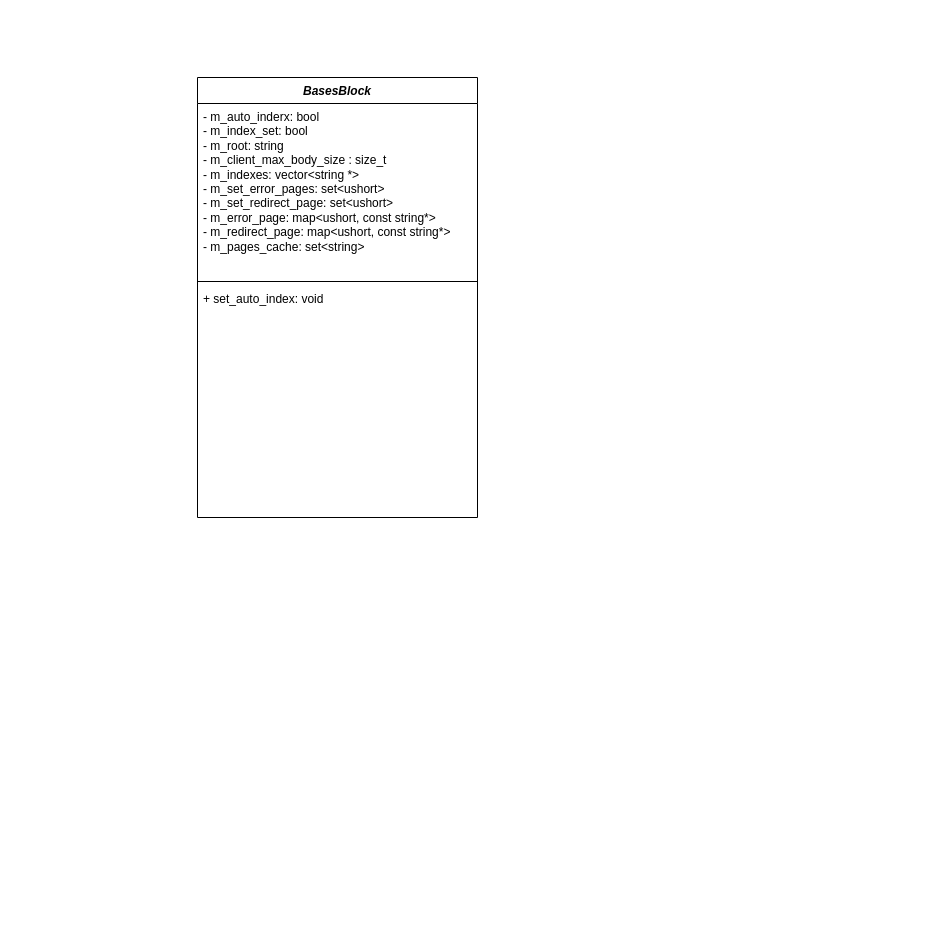
This is References/webserv.drawio from Abusalah0/webserv_42, a draw.io file, before an edit. Source tidied: cells renumbered, new cells numbered last; positions are measured from the earlier drawing's top-left corner, leaving out a move shared by most shapes. Both pictures are drawn from the tidied source at 100%, with x=0, y=0 at pixel (197, 77).
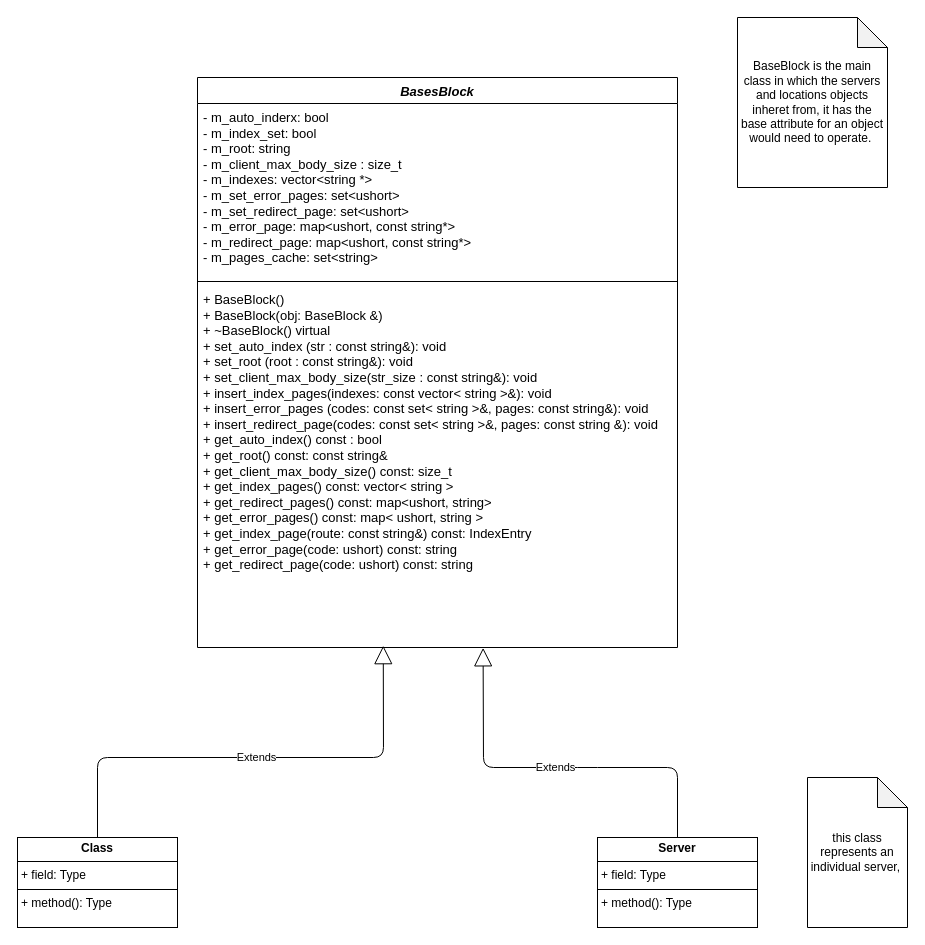
The same diagram, later.

Commit message (it also covers changes not shown here):
basic diagrams

The edit, as a diff of the source:
```diff
@@
 <mxGraphModel>
   <root>
     <mxCell id="0" />
     <mxCell id="1" parent="0" />
-    <mxCell id="2" value="&lt;i&gt;BasesBlock&lt;/i&gt;" style="swimlane;fontStyle=1;align=center;verticalAlign=top;horizontal=1;startSize=26;whiteSpace=wrap;html=1;" parent="1" vertex="1">
-      <mxGeometry width="280" height="440" as="geometry" />
+    <mxCell id="2" value="&lt;i&gt;BasesBlock&lt;/i&gt;" style="swimlane;fontStyle=1;align=center;verticalAlign=top;horizontal=1;startSize=26;whiteSpace=wrap;html=1;fontSize=13;" parent="1" vertex="1">
+      <mxGeometry width="480" height="570" as="geometry" />
     </mxCell>
-    <mxCell id="3" value="- m_auto_inderx: bool&lt;div&gt;- m_index_set: bool&lt;/div&gt;&lt;div&gt;- m_root: string&lt;/div&gt;&lt;div&gt;- m_client_max_body_size : size_t&lt;/div&gt;&lt;div&gt;- m_indexes: vector&amp;lt;string *&amp;gt;&lt;/div&gt;&lt;div&gt;- m_set_error_pages: set&amp;lt;ushort&amp;gt;&lt;/div&gt;&lt;div&gt;- m_set_redirect_page: set&amp;lt;ushort&amp;gt;&lt;/div&gt;&lt;div&gt;- m_error_page: map&amp;lt;ushort, const string*&amp;gt;&lt;/div&gt;&lt;div&gt;- m_redirect_page: map&amp;lt;ushort, const string*&amp;gt;&lt;/div&gt;&lt;div&gt;- m_pages_cache: set&amp;lt;string&amp;gt;&lt;/div&gt;" style="text;strokeColor=none;fillColor=none;align=left;verticalAlign=top;spacingLeft=4;spacingRight=4;overflow=hidden;whiteSpace=wrap;html=1;" parent="2" vertex="1">
-      <mxGeometry y="26" width="280" height="174" as="geometry" />
+    <mxCell id="3" value="- m_auto_inderx: bool&lt;div&gt;- m_index_set: bool&lt;/div&gt;&lt;div&gt;- m_root: string&lt;/div&gt;&lt;div&gt;- m_client_max_body_size : size_t&lt;/div&gt;&lt;div&gt;- m_indexes: vector&amp;lt;string *&amp;gt;&lt;/div&gt;&lt;div&gt;- m_set_error_pages: set&amp;lt;ushort&amp;gt;&lt;/div&gt;&lt;div&gt;- m_set_redirect_page: set&amp;lt;ushort&amp;gt;&lt;/div&gt;&lt;div&gt;- m_error_page: map&amp;lt;ushort, const string*&amp;gt;&lt;/div&gt;&lt;div&gt;- m_redirect_page: map&amp;lt;ushort, const string*&amp;gt;&lt;/div&gt;&lt;div&gt;- m_pages_cache: set&amp;lt;string&amp;gt;&lt;/div&gt;" style="text;strokeColor=none;fillColor=none;align=left;verticalAlign=top;spacingLeft=4;spacingRight=4;overflow=hidden;whiteSpace=wrap;html=1;fontSize=13;" parent="2" vertex="1">
+      <mxGeometry y="26" width="480" height="174" as="geometry" />
     </mxCell>
-    <mxCell id="4" style="line;strokeWidth=1;fillColor=none;align=left;verticalAlign=middle;spacingTop=-1;spacingLeft=3;spacingRight=3;labelPosition=right;strokeColor=inherit;" parent="2" vertex="1">
-      <mxGeometry y="200" width="280" height="8" as="geometry" />
+    <mxCell id="4" style="line;strokeWidth=1;fillColor=none;align=left;verticalAlign=middle;spacingTop=-1;spacingLeft=3;spacingRight=3;labelPosition=right;strokeColor=inherit;fontSize=13;" parent="2" vertex="1">
+      <mxGeometry y="200" width="480" height="8" as="geometry" />
     </mxCell>
-    <mxCell id="5" value="+ set_auto_index: void&lt;div&gt;&lt;br&gt;&lt;/div&gt;" style="text;strokeColor=none;fillColor=none;align=left;verticalAlign=top;spacingLeft=4;spacingRight=4;overflow=hidden;points=[[0,0.5],[1,0.5]];portConstraint=eastwest;whiteSpace=wrap;html=1;" parent="2" vertex="1">
-      <mxGeometry y="208" width="280" height="232" as="geometry" />
+    <mxCell id="5" value="&lt;div&gt;+ BaseBlock()&lt;/div&gt;&lt;div&gt;+ BaseBlock(obj: BaseBlock &amp;amp;)&lt;/div&gt;&lt;div&gt;+ ~BaseBlock() virtual&lt;/div&gt;+ set_auto_index (str : const string&amp;amp;): void&lt;div&gt;+ set_root (root : const string&amp;amp;): void&lt;/div&gt;&lt;div&gt;+ set_client_max_body_size(str_size : const string&amp;amp;): void&lt;/div&gt;&lt;div&gt;+ insert_index_pages(indexes: const vector&amp;lt; string &amp;gt;&amp;amp;): void&lt;/div&gt;&lt;div&gt;+ insert_error_pages (codes: const set&amp;lt; string &amp;gt;&amp;amp;, pages: const string&amp;amp;): void&lt;/div&gt;&lt;div&gt;+ insert_redirect_page(codes: const set&amp;lt; string &amp;gt;&amp;amp;, pages: const string &amp;amp;): void&lt;/div&gt;&lt;div&gt;+ get_auto_index() const : bool&lt;/div&gt;&lt;div&gt;+ get_root() const: const string&amp;amp;&lt;/div&gt;&lt;div&gt;+ get_client_max_body_size() const: size_t&lt;/div&gt;&lt;div&gt;+ get_index_pages() const: vector&amp;lt; string &amp;gt;&lt;/div&gt;&lt;div&gt;+ get_redirect_pages() const: map&amp;lt;ushort, string&amp;gt;&lt;/div&gt;&lt;div&gt;+ get_error_pages() const: map&amp;lt; ushort, string &amp;gt;&lt;/div&gt;&lt;div&gt;+ get_index_page(route: const string&amp;amp;) const: IndexEntry&lt;/div&gt;&lt;div&gt;+ get_error_page(code: ushort) const: string&lt;/div&gt;&lt;div&gt;+ get_redirect_page(code: ushort) const: string&lt;/div&gt;&lt;div&gt;&lt;br&gt;&lt;/div&gt;" style="text;strokeColor=none;fillColor=none;align=left;verticalAlign=top;spacingLeft=4;spacingRight=4;overflow=hidden;points=[[0,0.5],[1,0.5]];portConstraint=eastwest;whiteSpace=wrap;html=1;fontSize=13;" parent="2" vertex="1">
+      <mxGeometry y="208" width="480" height="362" as="geometry" />
     </mxCell>
+    <mxCell id="6" value="&lt;p style=&quot;margin:0px;margin-top:4px;text-align:center;&quot;&gt;&lt;b&gt;Server&lt;/b&gt;&lt;/p&gt;&lt;hr size=&quot;1&quot; style=&quot;border-style:solid;&quot;&gt;&lt;p style=&quot;margin:0px;margin-left:4px;&quot;&gt;+ field: Type&amp;nbsp;&lt;/p&gt;&lt;hr size=&quot;1&quot; style=&quot;border-style:solid;&quot;&gt;&lt;p style=&quot;margin:0px;margin-left:4px;&quot;&gt;+ method(): Type&lt;/p&gt;" style="verticalAlign=top;align=left;overflow=fill;html=1;whiteSpace=wrap;" parent="1" vertex="1">
+      <mxGeometry x="400" y="760" width="160" height="90" as="geometry" />
+    </mxCell>
+    <mxCell id="7" value="&lt;p style=&quot;margin:0px;margin-top:4px;text-align:center;&quot;&gt;&lt;b&gt;Class&lt;/b&gt;&lt;/p&gt;&lt;hr size=&quot;1&quot; style=&quot;border-style:solid;&quot;/&gt;&lt;p style=&quot;margin:0px;margin-left:4px;&quot;&gt;+ field: Type&lt;/p&gt;&lt;hr size=&quot;1&quot; style=&quot;border-style:solid;&quot;/&gt;&lt;p style=&quot;margin:0px;margin-left:4px;&quot;&gt;+ method(): Type&lt;/p&gt;" style="verticalAlign=top;align=left;overflow=fill;html=1;whiteSpace=wrap;" parent="1" vertex="1">
+      <mxGeometry x="-180" y="760" width="160" height="90" as="geometry" />
+    </mxCell>
+    <mxCell id="8" value="Extends" style="endArrow=block;endSize=16;endFill=0;html=1;exitX=0.5;exitY=0;exitDx=0;exitDy=0;entryX=0.595;entryY=1.001;entryDx=0;entryDy=0;entryPerimeter=0;" parent="1" edge="1" source="6" target="5">
+      <mxGeometry relative="1" as="geometry">
+        <Array as="points">
+          <mxPoint x="480" y="690" />
+          <mxPoint x="390" y="690" />
+          <mxPoint x="286" y="690" />
+        </Array>
+      </mxGeometry>
+    </mxCell>
+    <mxCell id="9" value="Extends" style="endArrow=block;endSize=16;endFill=0;html=1;exitX=0.5;exitY=0;exitDx=0;exitDy=0;entryX=0.387;entryY=0.995;entryDx=0;entryDy=0;entryPerimeter=0;" parent="1" edge="1" source="7" target="5">
+      <mxGeometry relative="1" as="geometry">
+        <Array as="points">
+          <mxPoint x="-100" y="680" />
+          <mxPoint x="186" y="680" />
+        </Array>
+      </mxGeometry>
+    </mxCell>
+    <mxCell id="10" value="BaseBlock is the main class in which the servers and locations objects inheret from, it has the base attribute for an object would need to operate.&amp;nbsp;" style="shape=note;whiteSpace=wrap;html=1;backgroundOutline=1;darkOpacity=0.05;" parent="1" vertex="1">
+      <mxGeometry x="540" y="-60" width="150" height="170" as="geometry" />
+    </mxCell>
+    <mxCell id="11" value="this class represents an individual server,&amp;nbsp;" style="shape=note;whiteSpace=wrap;html=1;backgroundOutline=1;darkOpacity=0.05;" parent="1" vertex="1">
+      <mxGeometry x="610" y="700" width="100" height="150" as="geometry" />
+    </mxCell>
   </root>
 </mxGraphModel>
```
